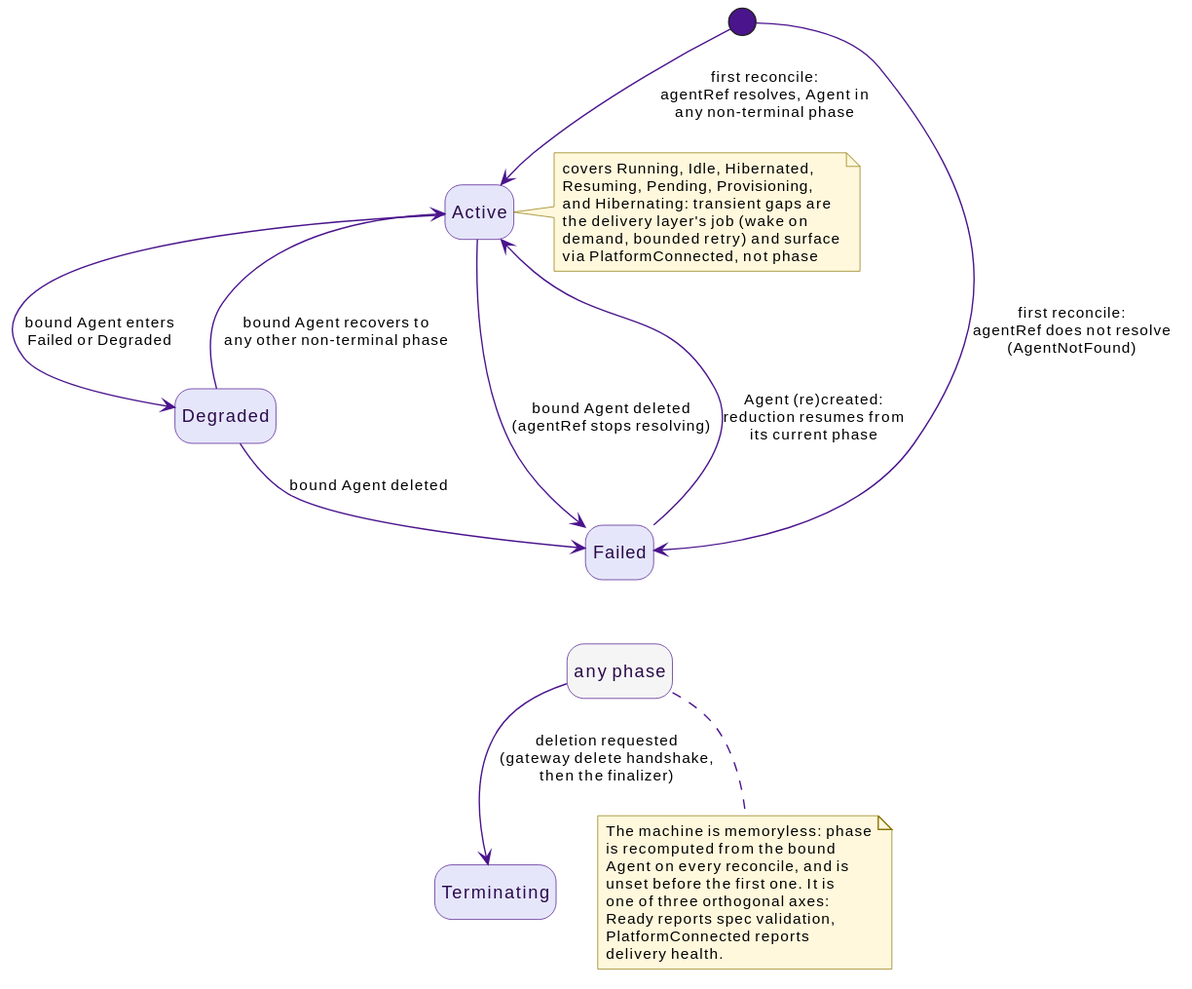
Earlier version of the PlantUML export docs/src/diagrams/agentchannel-phase-reduction.svg (win07xp/kaalm).
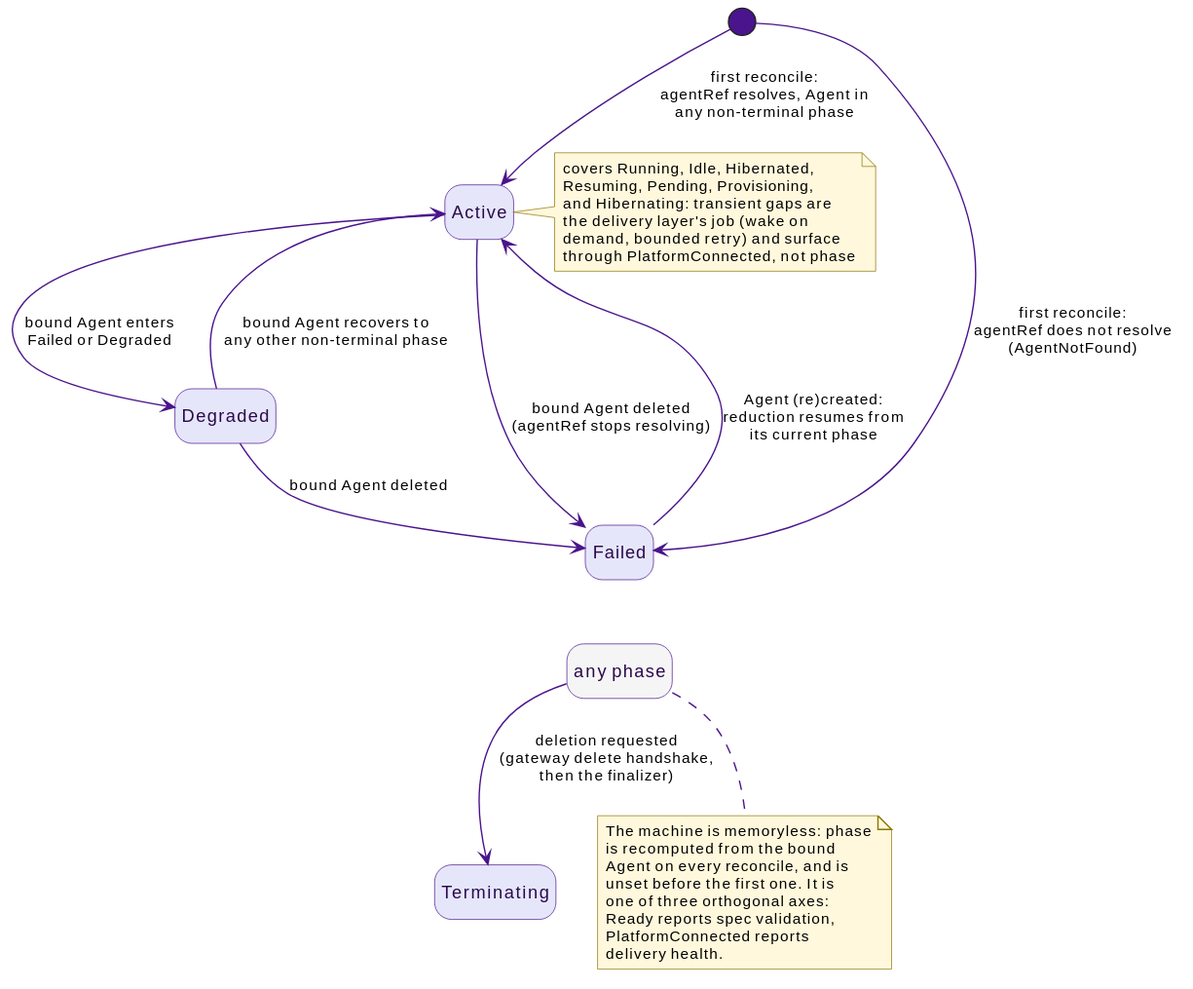
The same diagram one commit later.

Diff of the diagram source:
```diff
@@ -20,7 +20,7 @@
   and Hibernating: transient gaps are
   the delivery layer's job (wake on
   demand, bounded retry) and surface
-  via PlatformConnected, not phase
+  through PlatformConnected, not phase
 end note
 
 state "any phase" as AnyPhase #F5F5F5
```
